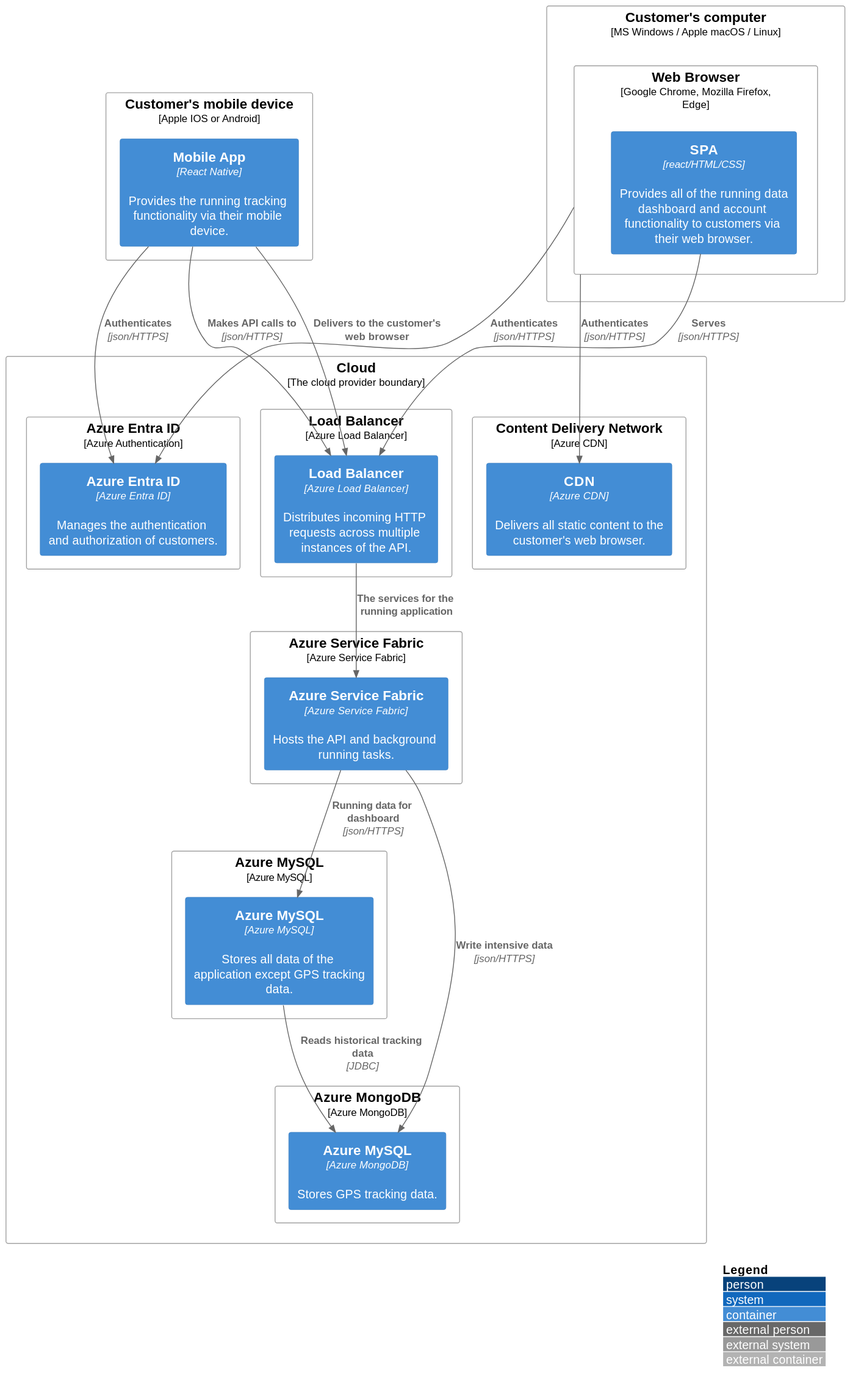
Earlier version of the PlantUML export docs/4 Long Term Plan/deployment.svg (SilvioAmaral/SolutionAchitecture).
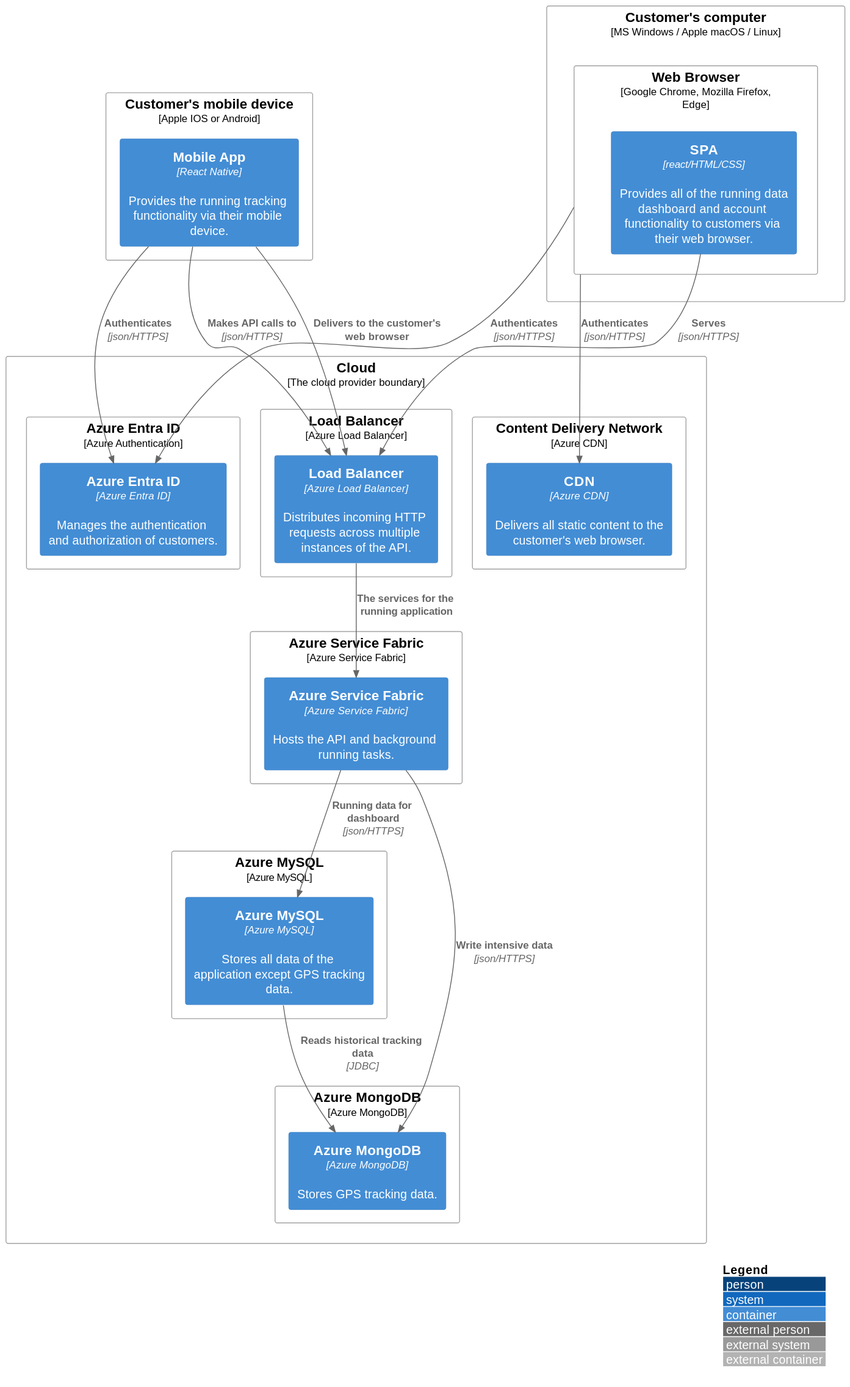
After the commit.

Change to the diagram source:
```diff
@@ -20,7 +20,7 @@
         Container(mysql, "Azure MySQL", "Azure MySQL", "Stores all data of the application except GPS tracking data.")
     }
     Deployment_Node(db2, "Azure MongoDB", "Azure MongoDB"){
-        Container(mongo, "Azure MySQL", "Azure MongoDB", "Stores GPS tracking data.")
+        Container(mongo, "Azure MongoDB", "Azure MongoDB", "Stores GPS tracking data.")
     }
 }
 
```
